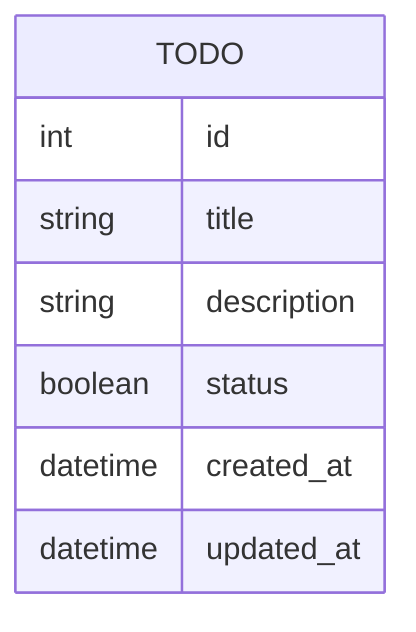
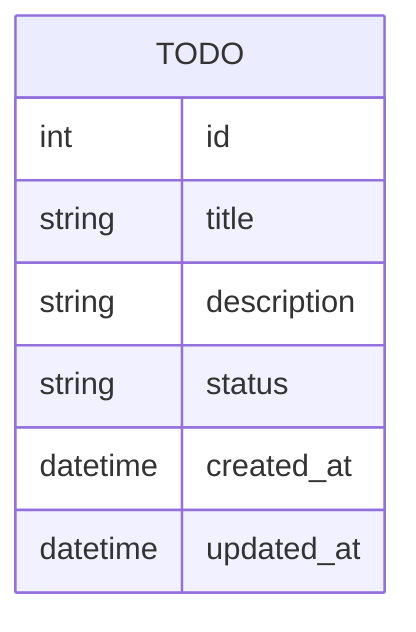
erDiagram
    TODO {
        int id
        string title
        string description
-         boolean status
+         string status
        datetime created_at
        datetime updated_at
    }
